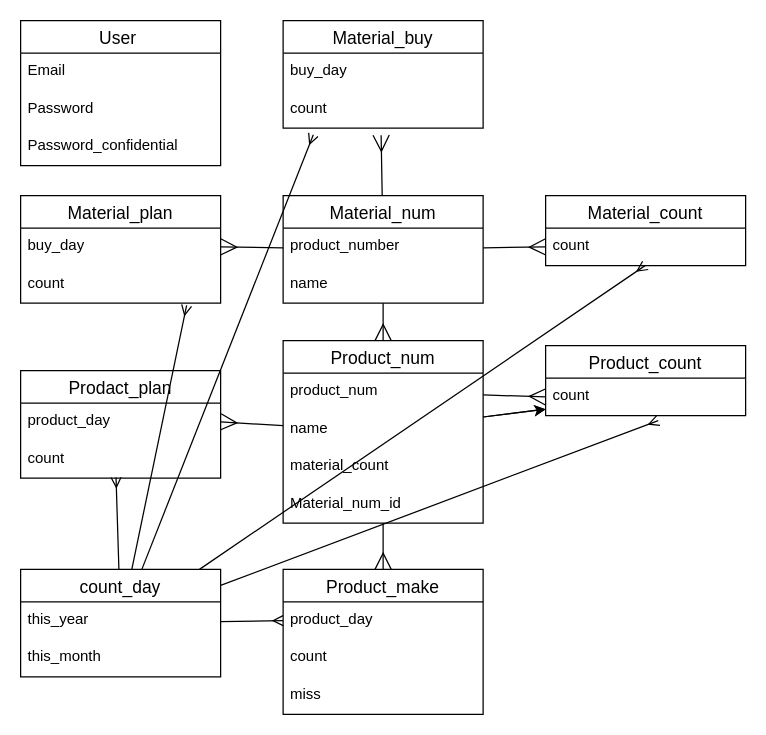
This is ER.dio from kohei0517/PMapp, a draw.io file, before an edit. Source tidied: cells renumbered, new cells numbered last; positions are measured from the earlier drawing's top-left corner, leaving out a move shared by most shapes. Both pictures are drawn from the tidied source at 125%, with x=0, y=0 at pixel (20, 20).
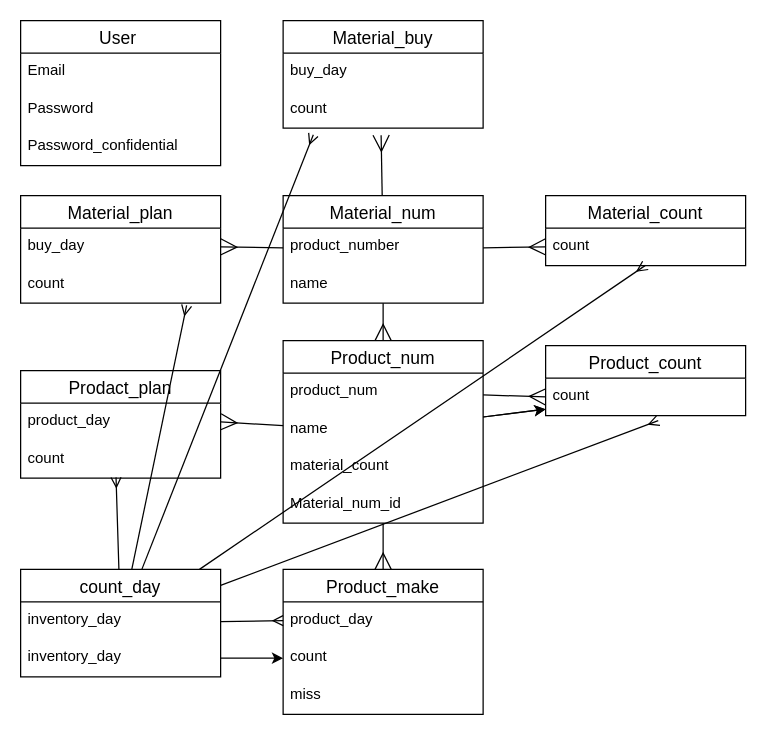
The same page after the edit.

The change refers to these unchanged cells:
```xml
<mxCell id="36" value="count" style="text;strokeColor=none;fillColor=none;spacingLeft=4;spacingRight=4;overflow=hidden;points=[[0,0.5],[1,0.5]];portConstraint=eastwest;fontSize=12;" parent="34" vertex="1">
  <mxGeometry y="56" width="160" height="30" as="geometry" />
</mxCell>
<mxCell id="44" value="count_day" style="swimlane;fontStyle=0;horizontal=1;startSize=26;align=center;fontSize=14;" parent="1" vertex="1">
  <mxGeometry y="439" width="160" height="86" as="geometry" />
</mxCell>
```

What changed in the source:
```diff
@@
+    <mxCell id="49" value="inventory_day" style="text;strokeColor=none;fillColor=none;spacingLeft=4;spacingRight=4;overflow=hidden;fontSize=12;" parent="44" vertex="1">
+      <mxGeometry y="26" width="160" height="30" as="geometry" />
+    </mxCell>
-    <mxCell id="45" value="this_year" style="text;strokeColor=none;fillColor=none;spacingLeft=4;spacingRight=4;overflow=hidden;points=[[0,0.5],[1,0.5]];portConstraint=eastwest;fontSize=12;" parent="44" vertex="1">
-      <mxGeometry y="26" width="160" height="30" as="geometry" />
+    <mxCell id="45" value="inventory_day" style="text;strokeColor=none;fillColor=none;spacingLeft=4;spacingRight=4;overflow=hidden;points=[[0,0.5],[1,0.5]];portConstraint=eastwest;fontSize=12;" parent="44" vertex="1">
+      <mxGeometry y="56" width="160" height="30" as="geometry" />
     </mxCell>
-    <mxCell id="46" value="this_month" style="text;strokeColor=none;fillColor=none;spacingLeft=4;spacingRight=4;overflow=hidden;fontSize=12;" parent="44" vertex="1">
-      <mxGeometry y="56" width="160" height="30" as="geometry" />
-    </mxCell>
@@
+    <mxCell id="50" style="edgeStyle=none;html=1;" parent="1" edge="1" source="45" target="36">
+      <mxGeometry relative="1" as="geometry" />
+    </mxCell>
```
